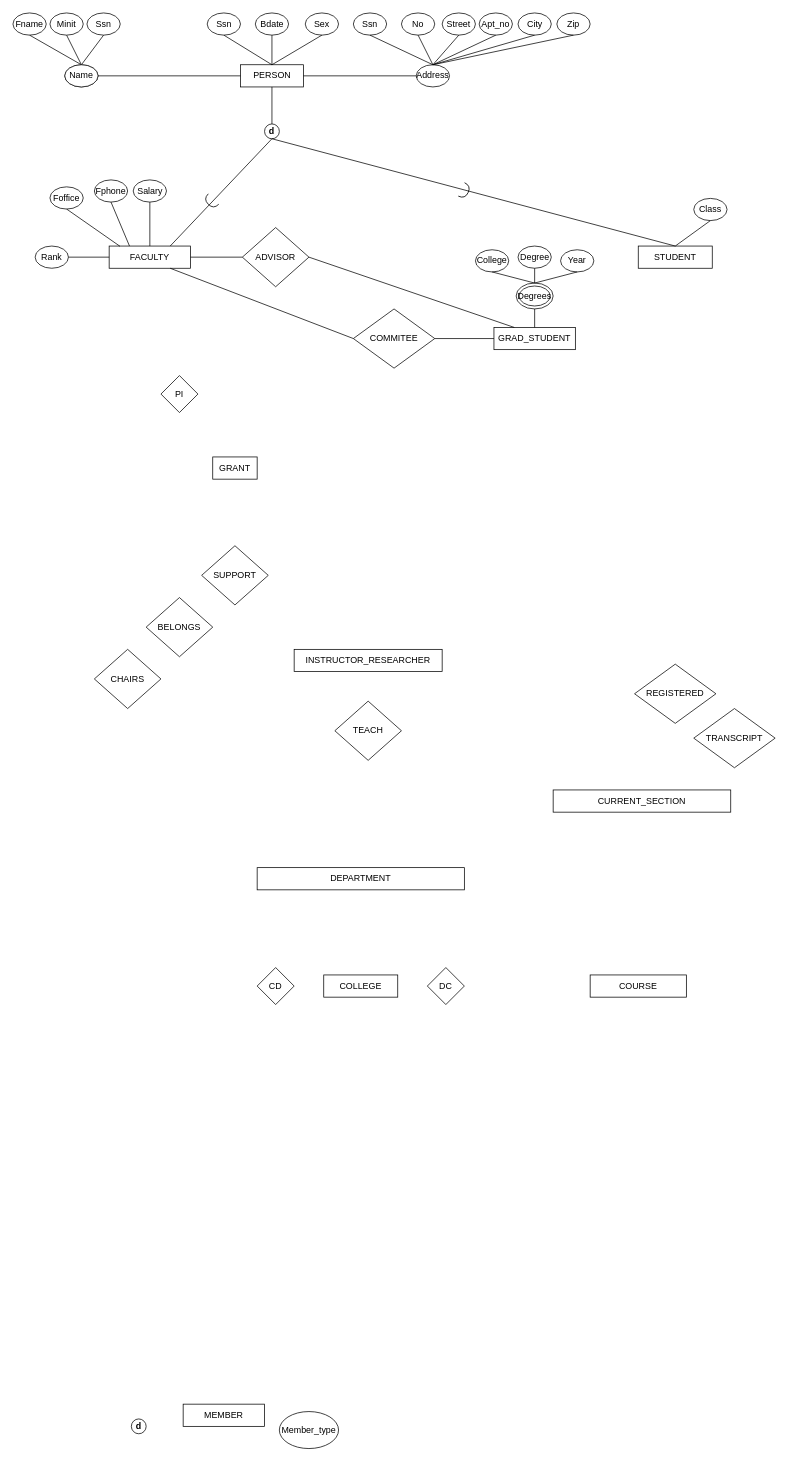
This is page "Page-4" (4 of 4) of 3.25.drawio from DuvNguyen/database, a draw.io file, before an edit. Source tidied: cells renumbered, new cells numbered last; positions are measured from the earlier drawing's top-left corner, leaving out a move shared by most shapes. Both pictures are drawn from the tidied source at 74%, with x=0, y=0 at pixel (13, 13).
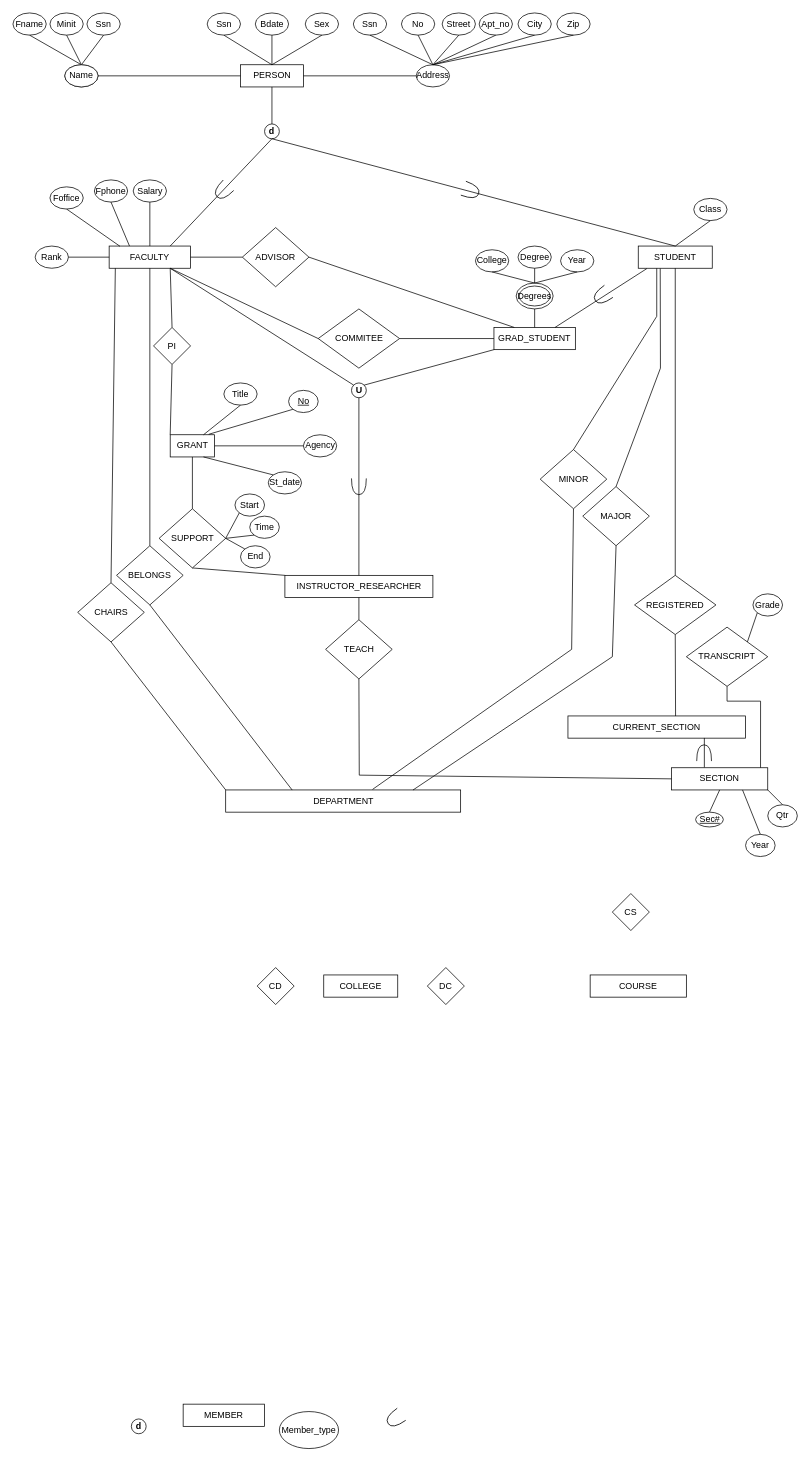
The same diagram, later.

The change refers to these unchanged cells:
```xml
<mxCell id="7" value="GRAD_STUDENT" style="rounded=0;whiteSpace=wrap;html=1;" parent="1" vertex="1">
  <mxGeometry x="650" y="425" width="110" height="30" as="geometry" />
</mxCell>
<mxCell id="8" value="FACULTY" style="rounded=0;whiteSpace=wrap;html=1;" parent="1" vertex="1">
  <mxGeometry x="130" y="315" width="110" height="30" as="geometry" />
</mxCell>
<mxCell id="24" value="STUDENT" style="rounded=0;whiteSpace=wrap;html=1;" parent="1" vertex="1">
  <mxGeometry x="845" y="315" width="100" height="30" as="geometry" />
</mxCell>
```

The edit, as a diff of the source:
```diff
@@
     <mxCell id="4" value="COMMITEE" style="rhombus;whiteSpace=wrap;html=1;" parent="1" vertex="1">
-      <mxGeometry x="460" y="400" width="110" height="80" as="geometry" />
+      <mxGeometry x="412.5" y="400" width="110" height="80" as="geometry" />
     </mxCell>
@@
     <mxCell id="9" value="PI" style="rhombus;whiteSpace=wrap;html=1;" parent="1" vertex="1">
-      <mxGeometry x="200" y="490" width="50" height="50" as="geometry" />
+      <mxGeometry x="190" y="425" width="50" height="50" as="geometry" />
     </mxCell>
     <mxCell id="10" value="GRANT" style="rounded=0;whiteSpace=wrap;html=1;" parent="1" vertex="1">
-      <mxGeometry x="270" y="600" width="60" height="30" as="geometry" />
+      <mxGeometry x="212.5" y="570" width="60" height="30" as="geometry" />
     </mxCell>
     <mxCell id="11" value="SUPPORT" style="rhombus;whiteSpace=wrap;html=1;" parent="1" vertex="1">
-      <mxGeometry x="255" y="720" width="90" height="80" as="geometry" />
+      <mxGeometry x="197.5" y="670" width="90" height="80" as="geometry" />
     </mxCell>
     <mxCell id="12" value="INSTRUCTOR_RESEARCHER" style="rounded=0;whiteSpace=wrap;html=1;" parent="1" vertex="1">
-      <mxGeometry x="380" y="860" width="200" height="30" as="geometry" />
+      <mxGeometry x="367.5" y="760" width="200" height="30" as="geometry" />
     </mxCell>
     <mxCell id="13" value="TEACH" style="rhombus;whiteSpace=wrap;html=1;" parent="1" vertex="1">
-      <mxGeometry x="435" y="930" width="90" height="80" as="geometry" />
+      <mxGeometry x="422.5" y="820" width="90" height="80" as="geometry" />
     </mxCell>
     <mxCell id="14" value="BELONGS" style="rhombus;whiteSpace=wrap;html=1;" parent="1" vertex="1">
-      <mxGeometry x="180" y="790" width="90" height="80" as="geometry" />
+      <mxGeometry x="140" y="720" width="90" height="80" as="geometry" />
     </mxCell>
     <mxCell id="15" value="CHAIRS" style="rhombus;whiteSpace=wrap;html=1;" parent="1" vertex="1">
-      <mxGeometry x="110" y="860" width="90" height="80" as="geometry" />
+      <mxGeometry x="87.5" y="770" width="90" height="80" as="geometry" />
     </mxCell>
     <mxCell id="16" value="DEPARTMENT" style="rounded=0;whiteSpace=wrap;html=1;" parent="1" vertex="1">
-      <mxGeometry x="330" y="1155" width="280" height="30" as="geometry" />
+      <mxGeometry x="287.5" y="1050" width="317.5" height="30" as="geometry" />
     </mxCell>
@@
     <mxCell id="21" value="CURRENT_SECTION" style="rounded=0;whiteSpace=wrap;html=1;" parent="1" vertex="1">
-      <mxGeometry x="730" y="1050" width="240" height="30" as="geometry" />
+      <mxGeometry x="750" y="950" width="240" height="30" as="geometry" />
     </mxCell>
     <mxCell id="22" value="REGISTERED" style="rhombus;whiteSpace=wrap;html=1;" parent="1" vertex="1">
-      <mxGeometry x="840" y="880" width="110" height="80" as="geometry" />
+      <mxGeometry x="840" y="760" width="110" height="80" as="geometry" />
     </mxCell>
     <mxCell id="23" value="TRANSCRIPT" style="rhombus;whiteSpace=wrap;html=1;" parent="1" vertex="1">
-      <mxGeometry x="920" y="940" width="110" height="80" as="geometry" />
+      <mxGeometry x="910" y="830" width="110" height="80" as="geometry" />
     </mxCell>
@@
-    <mxCell id="29" style="shape=requiredInterface;html=1;verticalLabelPosition=bottom;sketch=0;rotation=135;" parent="1" vertex="1">
-      <mxGeometry x="262.5" y="245" width="10" height="20" as="geometry" />
-    </mxCell>
@@
-    <mxCell id="59" style="shape=requiredInterface;html=1;verticalLabelPosition=bottom;sketch=0;rotation=25;" parent="1" vertex="1">
-      <mxGeometry x="605.6" y="230.6" width="10" height="20" as="geometry" />
-    </mxCell>
@@
+    <mxCell id="83" style="endArrow=none;html=1;rounded=0;entryX=0.116;entryY=1.016;entryDx=0;entryDy=0;exitX=0.75;exitY=0;exitDx=0;exitDy=0;entryPerimeter=0;" parent="1" edge="1" source="7" target="24">
+      <mxGeometry relative="1" as="geometry" />
+    </mxCell>
+    <mxCell id="84" style="endArrow=none;html=1;rounded=0;entryX=0.75;entryY=1;entryDx=0;entryDy=0;exitX=0.5;exitY=0;exitDx=0;exitDy=0;" parent="1" edge="1" source="9" target="8">
+      <mxGeometry relative="1" as="geometry" />
+    </mxCell>
+    <mxCell id="85" value="&lt;u&gt;No&lt;/u&gt;" style="ellipse;whiteSpace=wrap;html=1;" parent="1" vertex="1">
+      <mxGeometry x="372.5" y="510" width="40" height="30" as="geometry" />
+    </mxCell>
+    <mxCell id="86" value="St_date" style="ellipse;whiteSpace=wrap;html=1;" parent="1" vertex="1">
+      <mxGeometry x="345" y="620" width="45" height="30" as="geometry" />
+    </mxCell>
+    <mxCell id="87" value="Title" style="ellipse;whiteSpace=wrap;html=1;" parent="1" vertex="1">
+      <mxGeometry x="285" y="500" width="45" height="30" as="geometry" />
+    </mxCell>
+    <mxCell id="88" value="Agency" style="ellipse;whiteSpace=wrap;html=1;" parent="1" vertex="1">
+      <mxGeometry x="392.5" y="570" width="45" height="30" as="geometry" />
+    </mxCell>
+    <mxCell id="89" style="endArrow=none;html=1;rounded=0;entryX=0;entryY=0;entryDx=0;entryDy=0;exitX=0.75;exitY=1;exitDx=0;exitDy=0;" parent="1" edge="1" source="10" target="86">
+      <mxGeometry relative="1" as="geometry" />
+    </mxCell>
+    <mxCell id="90" style="endArrow=none;html=1;rounded=0;entryX=0;entryY=0.5;entryDx=0;entryDy=0;exitX=1;exitY=0.5;exitDx=0;exitDy=0;" parent="1" edge="1" source="10" target="88">
+      <mxGeometry relative="1" as="geometry" />
+    </mxCell>
+    <mxCell id="91" style="endArrow=none;html=1;rounded=0;entryX=0;entryY=1;entryDx=0;entryDy=0;exitX=0.867;exitY=-0.02;exitDx=0;exitDy=0;exitPerimeter=0;" parent="1" edge="1" source="10" target="85">
+      <mxGeometry relative="1" as="geometry" />
+    </mxCell>
+    <mxCell id="92" style="endArrow=none;html=1;rounded=0;entryX=0.5;entryY=1;entryDx=0;entryDy=0;exitX=0.75;exitY=0;exitDx=0;exitDy=0;" parent="1" edge="1" source="10" target="87">
+      <mxGeometry relative="1" as="geometry" />
+    </mxCell>
+    <mxCell id="93" style="endArrow=none;html=1;rounded=0;entryX=0.5;entryY=1;entryDx=0;entryDy=0;exitX=0;exitY=0;exitDx=0;exitDy=0;" parent="1" edge="1" source="10" target="9">
+      <mxGeometry relative="1" as="geometry" />
+    </mxCell>
+    <mxCell id="94" value="SECTION" style="rounded=0;whiteSpace=wrap;html=1;" parent="1" vertex="1">
+      <mxGeometry x="890" y="1020" width="130" height="30" as="geometry" />
+    </mxCell>
+    <mxCell id="95" style="endArrow=none;html=1;rounded=0;entryX=0.5;entryY=1;entryDx=0;entryDy=0;exitX=0.5;exitY=0;exitDx=0;exitDy=0;" parent="1" edge="1" source="11" target="10">
+      <mxGeometry relative="1" as="geometry" />
+    </mxCell>
+    <mxCell id="96" style="endArrow=none;html=1;rounded=0;entryX=0.5;entryY=1;entryDx=0;entryDy=0;exitX=0.5;exitY=0;exitDx=0;exitDy=0;" parent="1" edge="1" source="14" target="8">
+      <mxGeometry relative="1" as="geometry" />
+    </mxCell>
+    <mxCell id="97" style="endArrow=none;html=1;rounded=0;exitX=0.5;exitY=0;exitDx=0;exitDy=0;entryX=0.076;entryY=1;entryDx=0;entryDy=0;entryPerimeter=0;" parent="1" edge="1" source="15" target="8">
+      <mxGeometry relative="1" as="geometry" />
+    </mxCell>
+    <mxCell id="98" style="endArrow=none;html=1;rounded=0;entryX=0.5;entryY=1;entryDx=0;entryDy=0;exitX=0;exitY=0;exitDx=0;exitDy=0;" parent="1" edge="1" source="12" target="11">
+      <mxGeometry relative="1" as="geometry" />
+    </mxCell>
+    <mxCell id="99" value="End" style="ellipse;whiteSpace=wrap;html=1;" parent="1" vertex="1">
+      <mxGeometry x="307.5" y="720" width="40" height="30" as="geometry" />
+    </mxCell>
+    <mxCell id="100" value="Time" style="ellipse;whiteSpace=wrap;html=1;" parent="1" vertex="1">
+      <mxGeometry x="320" y="680" width="40" height="30" as="geometry" />
+    </mxCell>
+    <mxCell id="101" value="Start" style="ellipse;whiteSpace=wrap;html=1;" parent="1" vertex="1">
+      <mxGeometry x="300" y="650" width="40" height="30" as="geometry" />
+    </mxCell>
+    <mxCell id="102" style="endArrow=none;html=1;rounded=0;entryX=1;entryY=0.5;entryDx=0;entryDy=0;exitX=0;exitY=1;exitDx=0;exitDy=0;" parent="1" edge="1" source="100" target="11">
+      <mxGeometry relative="1" as="geometry" />
+    </mxCell>
+    <mxCell id="103" style="endArrow=none;html=1;rounded=0;entryX=1;entryY=0.5;entryDx=0;entryDy=0;exitX=0;exitY=0;exitDx=0;exitDy=0;" parent="1" edge="1" source="99" target="11">
+      <mxGeometry relative="1" as="geometry" />
+    </mxCell>
+    <mxCell id="104" style="endArrow=none;html=1;rounded=0;entryX=1;entryY=0.5;entryDx=0;entryDy=0;exitX=0;exitY=1;exitDx=0;exitDy=0;" parent="1" edge="1" source="101" target="11">
+      <mxGeometry relative="1" as="geometry" />
+    </mxCell>
+    <mxCell id="105" value="&lt;b&gt;U&lt;/b&gt;" style="ellipse;whiteSpace=wrap;html=1;" parent="1" vertex="1">
+      <mxGeometry x="457.5" y="500" width="20" height="20" as="geometry" />
+    </mxCell>
+    <mxCell id="106" style="endArrow=none;html=1;rounded=0;entryX=0.75;entryY=1;entryDx=0;entryDy=0;exitX=0;exitY=0;exitDx=0;exitDy=0;" parent="1" edge="1" source="105" target="8">
+      <mxGeometry relative="1" as="geometry" />
+    </mxCell>
+    <mxCell id="107" style="endArrow=none;html=1;rounded=0;entryX=0;entryY=1;entryDx=0;entryDy=0;exitX=1;exitY=0;exitDx=0;exitDy=0;" parent="1" edge="1" source="105" target="7">
+      <mxGeometry relative="1" as="geometry" />
+    </mxCell>
+    <mxCell id="108" style="endArrow=none;html=1;rounded=0;entryX=0.5;entryY=1;entryDx=0;entryDy=0;exitX=0.5;exitY=0;exitDx=0;exitDy=0;" parent="1" edge="1" source="12" target="105">
+      <mxGeometry relative="1" as="geometry" />
+    </mxCell>
+    <mxCell id="109" style="shape=requiredInterface;html=1;verticalLabelPosition=bottom;sketch=0;rotation=90;" parent="1" vertex="1">
+      <mxGeometry x="456.5" y="630" width="22" height="20" as="geometry" />
+    </mxCell>
+    <mxCell id="110" style="shape=requiredInterface;html=1;verticalLabelPosition=bottom;sketch=0;rotation=-215;" parent="1" vertex="1">
+      <mxGeometry x="785" y="372.5" width="22" height="20" as="geometry" />
+    </mxCell>
+    <mxCell id="111" style="shape=requiredInterface;html=1;verticalLabelPosition=bottom;sketch=0;rotation=20;" parent="1" vertex="1">
+      <mxGeometry x="608" y="230.6" width="22" height="20" as="geometry" />
+    </mxCell>
+    <mxCell id="112" style="shape=requiredInterface;html=1;verticalLabelPosition=bottom;sketch=0;rotation=135;" parent="1" vertex="1">
+      <mxGeometry x="272.5" y="230.6" width="22" height="20" as="geometry" />
+    </mxCell>
+    <mxCell id="113" value="MINOR" style="rhombus;whiteSpace=wrap;html=1;" parent="1" vertex="1">
+      <mxGeometry x="712.5" y="590" width="90" height="80" as="geometry" />
+    </mxCell>
+    <mxCell id="114" value="MAJOR" style="rhombus;whiteSpace=wrap;html=1;" parent="1" vertex="1">
+      <mxGeometry x="770" y="640" width="90" height="80" as="geometry" />
+    </mxCell>
+    <mxCell id="115" value="CS" style="rhombus;whiteSpace=wrap;html=1;" parent="1" vertex="1">
+      <mxGeometry x="810" y="1190" width="50" height="50" as="geometry" />
+    </mxCell>
+    <mxCell id="116" style="endArrow=none;html=1;rounded=0;entryX=0.5;entryY=1;entryDx=0;entryDy=0;exitX=0;exitY=0;exitDx=0;exitDy=0;" parent="1" edge="1" source="16" target="15">
+      <mxGeometry relative="1" as="geometry" />
+    </mxCell>
+    <mxCell id="117" style="endArrow=none;html=1;rounded=0;entryX=0.5;entryY=1;entryDx=0;entryDy=0;exitX=0.283;exitY=0.005;exitDx=0;exitDy=0;exitPerimeter=0;" parent="1" edge="1" source="16" target="14">
+      <mxGeometry relative="1" as="geometry" />
+    </mxCell>
+    <mxCell id="118" style="endArrow=none;html=1;rounded=0;entryX=0.5;entryY=1;entryDx=0;entryDy=0;exitX=0.5;exitY=0;exitDx=0;exitDy=0;" parent="1" edge="1" source="13" target="12">
+      <mxGeometry relative="1" as="geometry" />
+    </mxCell>
+    <mxCell id="119" style="endArrow=none;html=1;rounded=0;entryX=0.5;entryY=1;entryDx=0;entryDy=0;exitX=0.625;exitY=-0.024;exitDx=0;exitDy=0;exitPerimeter=0;" parent="1" edge="1" source="16" target="113">
+      <mxGeometry relative="1" as="geometry">
+        <Array as="points">
+          <mxPoint x="755" y="860" />
+        </Array>
+      </mxGeometry>
+    </mxCell>
+    <mxCell id="120" style="endArrow=none;html=1;rounded=0;entryX=0.5;entryY=1;entryDx=0;entryDy=0;exitX=0.797;exitY=0.004;exitDx=0;exitDy=0;exitPerimeter=0;" parent="1" edge="1" source="16" target="114">
+      <mxGeometry relative="1" as="geometry">
+        <Array as="points">
+          <mxPoint x="810" y="870" />
+        </Array>
+      </mxGeometry>
+    </mxCell>
+    <mxCell id="121" style="endArrow=none;html=1;rounded=0;entryX=0.5;entryY=1;entryDx=0;entryDy=0;exitX=0.606;exitY=0.004;exitDx=0;exitDy=0;exitPerimeter=0;" parent="1" edge="1" source="21" target="22">
+      <mxGeometry relative="1" as="geometry" />
+    </mxCell>
+    <mxCell id="122" style="endArrow=none;html=1;rounded=0;edgeStyle=orthogonalEdgeStyle;entryX=0.5;entryY=1;entryDx=0;entryDy=0;exitX=0.925;exitY=-0.003;exitDx=0;exitDy=0;exitPerimeter=0;" parent="1" edge="1" source="94" target="23">
+      <mxGeometry relative="1" as="geometry">
+        <Array as="points">
+          <mxPoint x="1010" y="930" />
+          <mxPoint x="965" y="930" />
+        </Array>
+      </mxGeometry>
+    </mxCell>
+    <mxCell id="123" style="endArrow=none;html=1;rounded=0;entryX=0.5;entryY=1;entryDx=0;entryDy=0;exitX=0;exitY=0.5;exitDx=0;exitDy=0;" parent="1" edge="1" source="94" target="13">
+      <mxGeometry relative="1" as="geometry">
+        <Array as="points">
+          <mxPoint x="468" y="1030" />
+        </Array>
+      </mxGeometry>
+    </mxCell>
+    <mxCell id="124" value="Grade" style="ellipse;whiteSpace=wrap;html=1;" parent="1" vertex="1">
+      <mxGeometry x="1000" y="785" width="40" height="30" as="geometry" />
+    </mxCell>
+    <mxCell id="125" style="endArrow=none;html=1;rounded=0;entryX=0;entryY=1;entryDx=0;entryDy=0;exitX=1;exitY=0;exitDx=0;exitDy=0;" parent="1" edge="1" source="23" target="124">
+      <mxGeometry relative="1" as="geometry" />
+    </mxCell>
+    <mxCell id="126" value="Sec#" style="ellipse;whiteSpace=wrap;html=1;fontStyle=4;" parent="1" vertex="1">
+      <mxGeometry x="922.5" y="1080" width="37.5" height="20" as="geometry" />
+    </mxCell>
+    <mxCell id="127" value="Year" style="ellipse;whiteSpace=wrap;html=1;" parent="1" vertex="1">
+      <mxGeometry x="990" y="1110" width="40" height="30" as="geometry" />
+    </mxCell>
+    <mxCell id="128" value="Qtr" style="ellipse;whiteSpace=wrap;html=1;" parent="1" vertex="1">
+      <mxGeometry x="1020" y="1070" width="40" height="30" as="geometry" />
+    </mxCell>
+    <mxCell id="129" style="endArrow=none;html=1;rounded=0;entryX=0.5;entryY=1;entryDx=0;entryDy=0;exitX=0.5;exitY=0;exitDx=0;exitDy=0;" parent="1" edge="1" source="126" target="94">
+      <mxGeometry relative="1" as="geometry" />
+    </mxCell>
+    <mxCell id="130" style="endArrow=none;html=1;rounded=0;entryX=0.738;entryY=0.999;entryDx=0;entryDy=0;entryPerimeter=0;exitX=0.5;exitY=0;exitDx=0;exitDy=0;" parent="1" edge="1" source="127" target="94">
+      <mxGeometry relative="1" as="geometry" />
+    </mxCell>
+    <mxCell id="131" style="endArrow=none;html=1;rounded=0;entryX=1;entryY=1;entryDx=0;entryDy=0;exitX=0.5;exitY=0;exitDx=0;exitDy=0;" parent="1" edge="1" source="128" target="94">
+      <mxGeometry relative="1" as="geometry" />
+    </mxCell>
+    <mxCell id="132" style="endArrow=none;html=1;rounded=0;entryX=0.768;entryY=0.991;entryDx=0;entryDy=0;entryPerimeter=0;exitX=0.341;exitY=-0.015;exitDx=0;exitDy=0;exitPerimeter=0;" parent="1" edge="1" source="94" target="21">
+      <mxGeometry relative="1" as="geometry" />
+    </mxCell>
+    <mxCell id="133" style="shape=requiredInterface;html=1;verticalLabelPosition=bottom;sketch=0;rotation=-215;" parent="1" vertex="1">
+      <mxGeometry x="505" y="1890" width="22" height="20" as="geometry" />
+    </mxCell>
+    <mxCell id="134" style="shape=requiredInterface;html=1;verticalLabelPosition=bottom;sketch=0;rotation=-90;" parent="1" vertex="1">
+      <mxGeometry x="923" y="990" width="22" height="20" as="geometry" />
+    </mxCell>
+    <mxCell id="135" style="endArrow=none;html=1;rounded=0;entryX=0.5;entryY=1;entryDx=0;entryDy=0;exitX=0.5;exitY=0;exitDx=0;exitDy=0;" parent="1" edge="1" source="22" target="24">
+      <mxGeometry relative="1" as="geometry" />
+    </mxCell>
+    <mxCell id="136" style="endArrow=none;html=1;rounded=0;entryX=0.297;entryY=1.011;entryDx=0;entryDy=0;entryPerimeter=0;exitX=0.5;exitY=0;exitDx=0;exitDy=0;" parent="1" edge="1" source="114" target="24">
+      <mxGeometry relative="1" as="geometry">
+        <Array as="points">
+          <mxPoint x="875" y="480" />
+        </Array>
+      </mxGeometry>
+    </mxCell>
+    <mxCell id="137" style="endArrow=none;html=1;rounded=0;entryX=0.25;entryY=1;entryDx=0;entryDy=0;exitX=0.5;exitY=0;exitDx=0;exitDy=0;" parent="1" edge="1" source="113" target="24">
+      <mxGeometry relative="1" as="geometry">
+        <Array as="points">
+          <mxPoint x="870" y="410" />
+        </Array>
+      </mxGeometry>
+    </mxCell>
```
